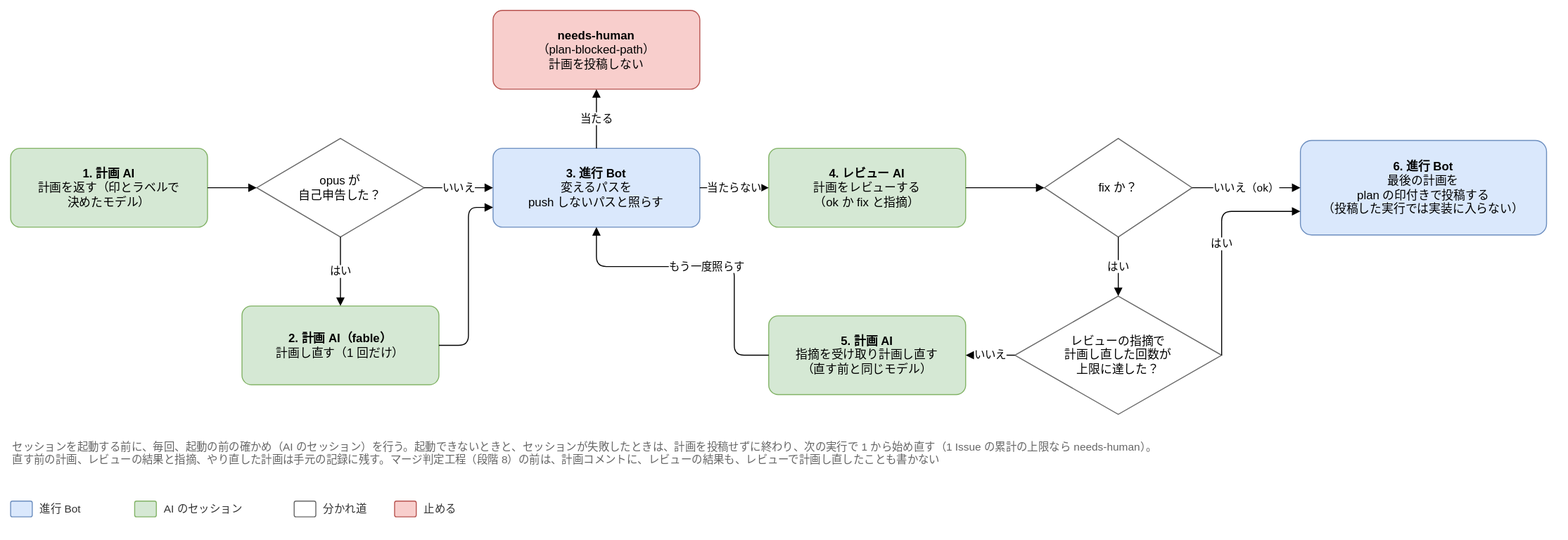
This is docs/design/basic/diagrams/02-plan-step.drawio.svg from Joymerrevent/dev-autopilot, a draw.io export, as it was before one commit. Source tidied: cells renumbered, new cells last; positions are measured from the earlier drawing's top-left corner, leaving out a move shared by most shapes.
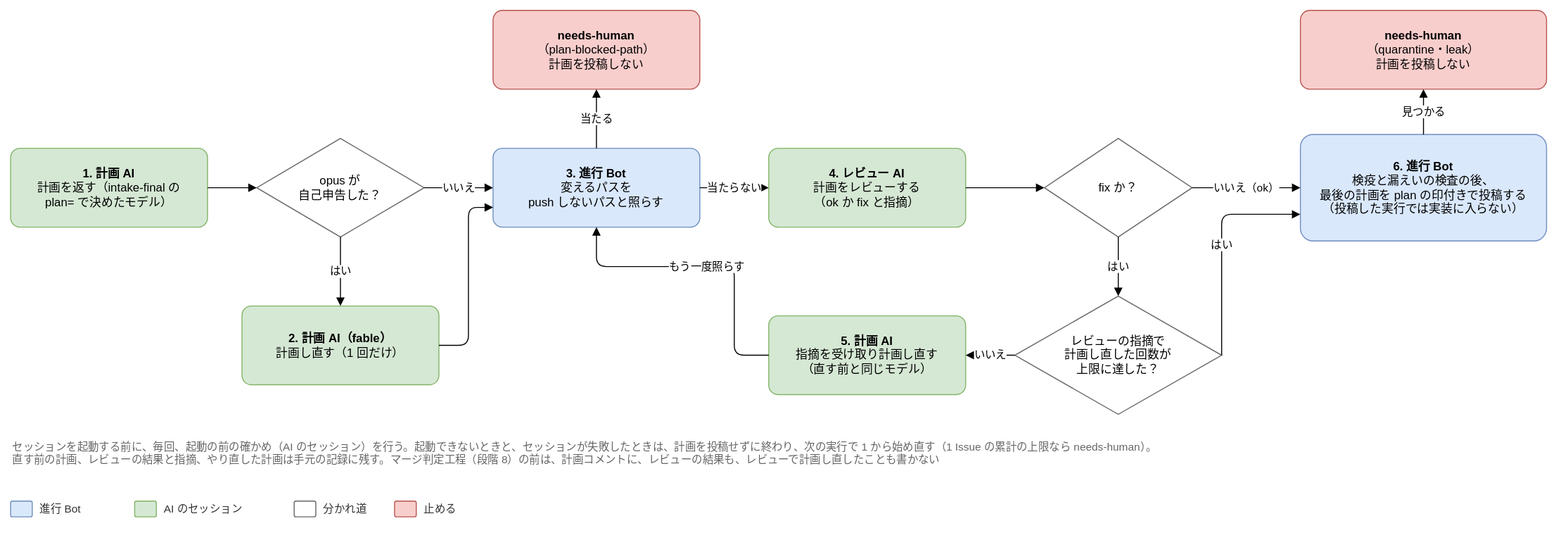
The same diagram one commit later.

What changed in the source:
```diff
@@ -2,7 +2,7 @@
   <root>
     <mxCell id="0" />
     <mxCell id="1" parent="0" />
-    <mxCell id="2" value="&lt;b&gt;1. 計画 AI&lt;/b&gt;&lt;br&gt;計画を返す（印とラベルで&lt;br&gt;決めたモデル）" style="rounded=1;whiteSpace=wrap;html=1;fontSize=12;arcSize=12;spacing=12;fillColor=#d5e8d4;strokeColor=#82b366;" parent="1" vertex="1">
+    <mxCell id="2" value="&lt;b&gt;1. 計画 AI&lt;/b&gt;&lt;br&gt;計画を返す（intake-final の&lt;br&gt;plan= で決めたモデル）" style="rounded=1;whiteSpace=wrap;html=1;fontSize=12;arcSize=12;spacing=12;fillColor=#d5e8d4;strokeColor=#82b366;" parent="1" vertex="1">
       <mxGeometry y="140" width="200" height="80" as="geometry" />
     </mxCell>
     <mxCell id="3" value="opus が&lt;br&gt;自己申告した？" style="rhombus;whiteSpace=wrap;html=1;fontSize=12;spacing=12;fillColor=#ffffff;strokeColor=#666666;" parent="1" vertex="1">
@@ -29,8 +29,8 @@
     <mxCell id="10" value="&lt;b&gt;5. 計画 AI&lt;/b&gt;&lt;br&gt;指摘を受け取り計画し直す&lt;br&gt;（直す前と同じモデル）" style="rounded=1;whiteSpace=wrap;html=1;fontSize=12;arcSize=12;spacing=12;fillColor=#d5e8d4;strokeColor=#82b366;" parent="1" vertex="1">
       <mxGeometry x="770" y="310" width="200" height="80" as="geometry" />
     </mxCell>
-    <mxCell id="11" value="&lt;b&gt;6. 進行 Bot&lt;/b&gt;&lt;br&gt;最後の計画を&lt;br&gt;plan の印付きで投稿する&lt;br&gt;（投稿した実行では実装に入らない）" style="rounded=1;whiteSpace=wrap;html=1;fontSize=12;arcSize=12;spacing=12;fillColor=#dae8fc;strokeColor=#6c8ebf;" parent="1" vertex="1">
-      <mxGeometry x="1310" y="132" width="250" height="96" as="geometry" />
+    <mxCell id="11" value="&lt;b&gt;6. 進行 Bot&lt;/b&gt;&lt;br&gt;検疫と漏えいの検査の後、&lt;br&gt;最後の計画を plan の印付きで投稿する&lt;br&gt;（投稿した実行では実装に入らない）" style="rounded=1;whiteSpace=wrap;html=1;fontSize=12;arcSize=12;spacing=12;fillColor=#dae8fc;strokeColor=#6c8ebf;" parent="1" vertex="1">
+      <mxGeometry x="1310" y="126" width="250" height="108" as="geometry" />
     </mxCell>
     <mxCell id="12" style="edgeStyle=orthogonalEdgeStyle;rounded=1;html=1;endArrow=block;endFill=1;fontSize=11;labelBackgroundColor=#ffffff;exitX=1;exitY=0.5;exitDx=0;exitDy=0;entryX=0;entryY=0.5;entryDx=0;entryDy=0;" parent="1" edge="1" source="2" target="3">
       <mxGeometry relative="1" as="geometry" />
@@ -111,5 +111,11 @@
     <mxCell id="32" value="止める" style="text;html=1;align=left;verticalAlign=middle;fontSize=11;fontColor=#333333;" parent="1" vertex="1">
       <mxGeometry x="418" y="496" width="46" height="20" as="geometry" />
     </mxCell>
+    <mxCell id="33" value="&lt;b&gt;needs-human&lt;/b&gt;&lt;br&gt;（quarantine・leak）&lt;br&gt;計画を投稿しない" style="rounded=1;whiteSpace=wrap;html=1;fontSize=12;arcSize=12;spacing=12;fillColor=#f8cecc;strokeColor=#b85450;" parent="1" vertex="1">
+      <mxGeometry x="1310" width="250" height="80" as="geometry" />
+    </mxCell>
+    <mxCell id="34" value="見つかる" style="edgeStyle=orthogonalEdgeStyle;rounded=1;html=1;endArrow=block;endFill=1;fontSize=11;labelBackgroundColor=#ffffff;exitX=0.5;exitY=0;exitDx=0;exitDy=0;entryX=0.5;entryY=1;entryDx=0;entryDy=0;" parent="1" edge="1" source="11" target="33">
+      <mxGeometry relative="1" as="geometry" />
+    </mxCell>
   </root>
 </mxGraphModel>
```
